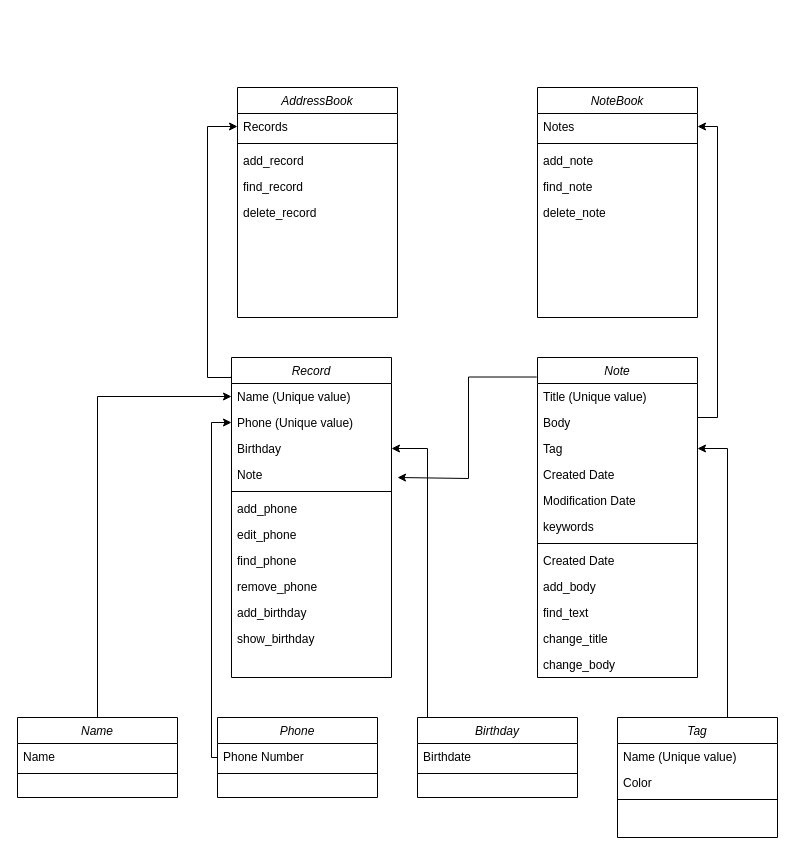
Earlier version of the draw.io diagram Untitled Diagram.drawio (any-nick/hw-08-public). Source tidied: cells renumbered, new cells numbered last; positions are measured from the earlier drawing's top-left corner, leaving out a move shared by most shapes. Both pictures are drawn from the tidied source at 100%, with x=0, y=0 at pixel (17, 87).
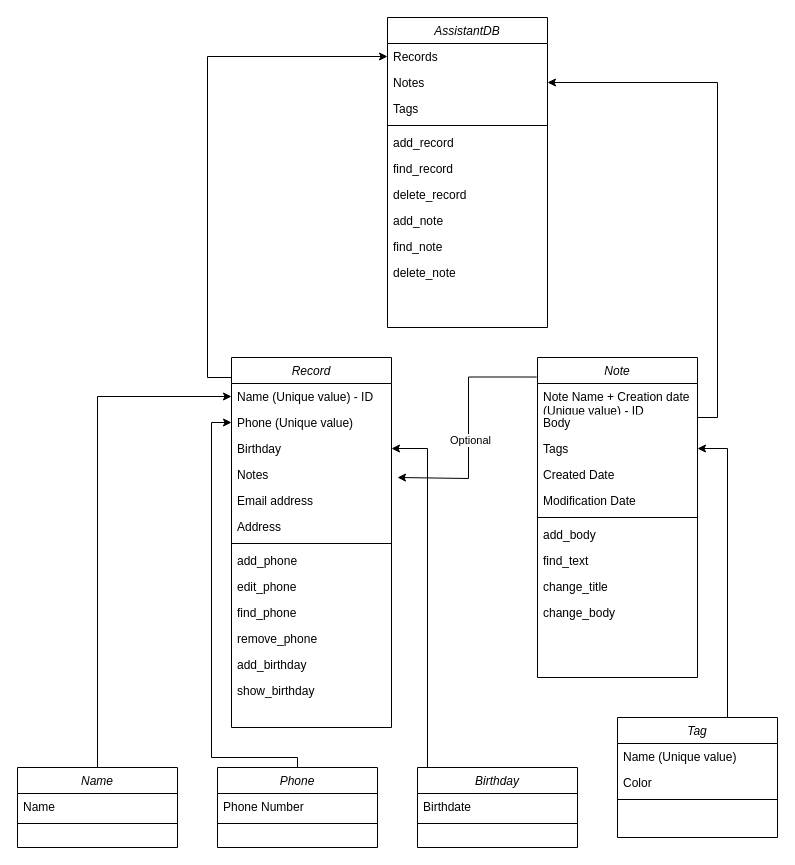
The same diagram, later.

Unchanged cells that the change refers to:
```xml
<mxCell id="28" value="Records" style="text;align=left;verticalAlign=top;spacingLeft=4;spacingRight=4;overflow=hidden;points=[[0,0.5],[1,0.5]];portConstraint=eastwest;" parent="27" vertex="1">
  <mxGeometry y="26" width="160" height="26" as="geometry" />
</mxCell>
<mxCell id="33" style="edgeStyle=orthogonalEdgeStyle;rounded=0;jettySize=auto;html=1;exitX=-0.005;exitY=0.061;exitDx=0;exitDy=0;exitPerimeter=0;" parent="1" edge="1" source="35">
  <mxGeometry relative="1" as="geometry">
    <mxPoint x="380" y="390" as="targetPoint" />
    <Array as="points">
      <mxPoint x="451" y="289" />
      <mxPoint x="451" y="391" />
      <mxPoint x="380" y="391" />
    </Array>
  </mxGeometry>
</mxCell>
<mxCell id="35" value="Note" style="swimlane;fontStyle=2;align=center;verticalAlign=top;horizontal=1;startSize=26;rounded=0;shadow=0;strokeWidth=1;" parent="1" vertex="1">
  <mxGeometry x="520" y="270" width="160" height="320" as="geometry" />
</mxCell>
```

Diff of the diagram source:
```diff
@@
     <mxCell id="3" value="Name" style="swimlane;fontStyle=2;align=center;verticalAlign=top;horizontal=1;startSize=26;rounded=0;shadow=0;strokeWidth=1;" parent="1" vertex="1">
-      <mxGeometry y="630" width="160" height="80" as="geometry" />
+      <mxGeometry y="680" width="160" height="80" as="geometry" />
     </mxCell>
@@
     <mxCell id="7" value="Phone" style="swimlane;fontStyle=2;align=center;verticalAlign=top;horizontal=1;startSize=26;rounded=0;shadow=0;strokeWidth=1;" parent="1" vertex="1">
-      <mxGeometry x="200" y="630" width="160" height="80" as="geometry" />
+      <mxGeometry x="200" y="680" width="160" height="80" as="geometry" />
     </mxCell>
@@
     <mxCell id="11" value="Birthday" style="swimlane;fontStyle=2;align=center;verticalAlign=top;horizontal=1;startSize=26;rounded=0;shadow=0;strokeWidth=1;" parent="1" vertex="1">
-      <mxGeometry x="400" y="630" width="160" height="80" as="geometry" />
+      <mxGeometry x="400" y="680" width="160" height="80" as="geometry" />
     </mxCell>
@@
     <mxCell id="14" style="edgeStyle=orthogonalEdgeStyle;rounded=0;jettySize=auto;html=1;entryX=0;entryY=0.5;entryDx=0;entryDy=0;exitX=-0.001;exitY=0.057;exitDx=0;exitDy=0;exitPerimeter=0;" parent="1" edge="1" source="15" target="28">
       <mxGeometry relative="1" as="geometry">
         <Array as="points">
           <mxPoint x="214" y="290" />
           <mxPoint x="190" y="290" />
-          <mxPoint x="190" y="39" />
+          <mxPoint x="190" y="-31" />
         </Array>
       </mxGeometry>
     </mxCell>
     <mxCell id="15" value="Record" style="swimlane;fontStyle=2;align=center;verticalAlign=top;horizontal=1;startSize=26;rounded=0;shadow=0;strokeWidth=1;" parent="1" vertex="1">
-      <mxGeometry x="214" y="270" width="160" height="320" as="geometry" />
+      <mxGeometry x="214" y="270" width="160" height="370" as="geometry" />
     </mxCell>
-    <mxCell id="16" value="Name (Unique value)" style="text;align=left;verticalAlign=top;spacingLeft=4;spacingRight=4;overflow=hidden;points=[[0,0.5],[1,0.5]];portConstraint=eastwest;" parent="15" vertex="1">
+    <mxCell id="16" value="Name (Unique value) - ID" style="text;align=left;verticalAlign=top;spacingLeft=4;spacingRight=4;overflow=hidden;points=[[0,0.5],[1,0.5]];portConstraint=eastwest;" parent="15" vertex="1">
       <mxGeometry y="26" width="160" height="26" as="geometry" />
     </mxCell>
@@
-    <mxCell id="19" value="Note" style="text;align=left;verticalAlign=top;spacingLeft=4;spacingRight=4;overflow=hidden;rounded=0;shadow=0;html=0;" parent="15" vertex="1">
+    <mxCell id="19" value="Notes" style="text;align=left;verticalAlign=top;spacingLeft=4;spacingRight=4;overflow=hidden;rounded=0;shadow=0;html=0;" parent="15" vertex="1">
       <mxGeometry y="104" width="160" height="26" as="geometry" />
     </mxCell>
+    <mxCell id="59" value="Email address" style="text;align=left;verticalAlign=top;spacingLeft=4;spacingRight=4;overflow=hidden;rounded=0;shadow=0;html=0;" parent="15" vertex="1">
+      <mxGeometry y="130" width="160" height="26" as="geometry" />
+    </mxCell>
+    <mxCell id="60" value="Address" style="text;align=left;verticalAlign=top;spacingLeft=4;spacingRight=4;overflow=hidden;rounded=0;shadow=0;html=0;" parent="15" vertex="1">
+      <mxGeometry y="156" width="160" height="26" as="geometry" />
+    </mxCell>
     <mxCell id="20" style="line;html=1;strokeWidth=1;align=left;verticalAlign=middle;spacingTop=-1;spacingLeft=3;spacingRight=3;labelPosition=right;" parent="15" vertex="1">
-      <mxGeometry y="130" width="160" height="8" as="geometry" />
+      <mxGeometry y="182" width="160" height="8" as="geometry" />
     </mxCell>
     <mxCell id="21" value="add_phone" style="text;align=left;verticalAlign=top;spacingLeft=4;spacingRight=4;overflow=hidden;" parent="15" vertex="1">
-      <mxGeometry y="138" width="160" height="26" as="geometry" />
+      <mxGeometry y="190" width="160" height="26" as="geometry" />
     </mxCell>
     <mxCell id="22" value="edit_phone" style="text;align=left;verticalAlign=top;spacingLeft=4;spacingRight=4;overflow=hidden;" parent="15" vertex="1">
-      <mxGeometry y="164" width="160" height="26" as="geometry" />
+      <mxGeometry y="216" width="160" height="26" as="geometry" />
     </mxCell>
     <mxCell id="23" value="find_phone" style="text;align=left;verticalAlign=top;spacingLeft=4;spacingRight=4;overflow=hidden;" parent="15" vertex="1">
-      <mxGeometry y="190" width="160" height="26" as="geometry" />
+      <mxGeometry y="242" width="160" height="26" as="geometry" />
     </mxCell>
     <mxCell id="24" value="remove_phone" style="text;align=left;verticalAlign=top;spacingLeft=4;spacingRight=4;overflow=hidden;" parent="15" vertex="1">
-      <mxGeometry y="216" width="160" height="26" as="geometry" />
+      <mxGeometry y="268" width="160" height="26" as="geometry" />
     </mxCell>
     <mxCell id="25" value="add_birthday" style="text;align=left;verticalAlign=top;spacingLeft=4;spacingRight=4;overflow=hidden;" parent="15" vertex="1">
-      <mxGeometry y="242" width="160" height="26" as="geometry" />
+      <mxGeometry y="294" width="160" height="26" as="geometry" />
     </mxCell>
     <mxCell id="26" value="show_birthday" style="text;align=left;verticalAlign=top;spacingLeft=4;spacingRight=4;overflow=hidden;" parent="15" vertex="1">
-      <mxGeometry y="268" width="160" height="26" as="geometry" />
+      <mxGeometry y="320" width="160" height="26" as="geometry" />
     </mxCell>
-    <mxCell id="27" value="AddressBook&#10;" style="swimlane;fontStyle=2;align=center;verticalAlign=top;horizontal=1;startSize=26;rounded=0;shadow=0;strokeWidth=1;" parent="1" vertex="1">
-      <mxGeometry x="220" width="160" height="230" as="geometry" />
+    <mxCell id="27" value="AssistantDB" style="swimlane;fontStyle=2;align=center;verticalAlign=top;horizontal=1;startSize=26;rounded=0;shadow=0;strokeWidth=1;" parent="1" vertex="1">
+      <mxGeometry x="370" y="-70" width="160" height="310" as="geometry" />
     </mxCell>
@@
+    <mxCell id="54" value="Notes" style="text;align=left;verticalAlign=top;spacingLeft=4;spacingRight=4;overflow=hidden;points=[[0,0.5],[1,0.5]];portConstraint=eastwest;" parent="27" vertex="1">
+      <mxGeometry y="52" width="160" height="26" as="geometry" />
+    </mxCell>
+    <mxCell id="61" value="Tags" style="text;align=left;verticalAlign=top;spacingLeft=4;spacingRight=4;overflow=hidden;" parent="27" vertex="1">
+      <mxGeometry y="78" width="160" height="26" as="geometry" />
+    </mxCell>
     <mxCell id="29" style="line;html=1;strokeWidth=1;align=left;verticalAlign=middle;spacingTop=-1;spacingLeft=3;spacingRight=3;labelPosition=right;" parent="27" vertex="1">
-      <mxGeometry y="52" width="160" height="8" as="geometry" />
+      <mxGeometry y="104" width="160" height="8" as="geometry" />
     </mxCell>
     <mxCell id="30" value="add_record" style="text;align=left;verticalAlign=top;spacingLeft=4;spacingRight=4;overflow=hidden;" parent="27" vertex="1">
-      <mxGeometry y="60" width="160" height="26" as="geometry" />
+      <mxGeometry y="112" width="160" height="26" as="geometry" />
     </mxCell>
     <mxCell id="31" value="find_record" style="text;align=left;verticalAlign=top;spacingLeft=4;spacingRight=4;overflow=hidden;" parent="27" vertex="1">
-      <mxGeometry y="86" width="160" height="26" as="geometry" />
+      <mxGeometry y="138" width="160" height="26" as="geometry" />
     </mxCell>
     <mxCell id="32" value="delete_record" style="text;align=left;verticalAlign=top;spacingLeft=4;spacingRight=4;overflow=hidden;" parent="27" vertex="1">
-      <mxGeometry y="112" width="160" height="26" as="geometry" />
+      <mxGeometry y="164" width="160" height="26" as="geometry" />
     </mxCell>
+    <mxCell id="56" value="add_note" style="text;align=left;verticalAlign=top;spacingLeft=4;spacingRight=4;overflow=hidden;" parent="27" vertex="1">
+      <mxGeometry y="190" width="160" height="26" as="geometry" />
+    </mxCell>
+    <mxCell id="57" value="find_note&#10;" style="text;align=left;verticalAlign=top;spacingLeft=4;spacingRight=4;overflow=hidden;" parent="27" vertex="1">
+      <mxGeometry y="216" width="160" height="26" as="geometry" />
+    </mxCell>
+    <mxCell id="58" value="delete_note" style="text;align=left;verticalAlign=top;spacingLeft=4;spacingRight=4;overflow=hidden;" parent="27" vertex="1">
+      <mxGeometry y="242" width="160" height="26" as="geometry" />
+    </mxCell>
@@
+    <mxCell id="62" value="Optional" style="edgeLabel;html=1;align=center;verticalAlign=middle;" parent="33" vertex="1">
+      <mxGeometry x="0.09" y="1" relative="1" as="geometry" />
+    </mxCell>
     <mxCell id="34" style="edgeStyle=orthogonalEdgeStyle;rounded=0;jettySize=auto;html=1;entryX=1;entryY=0.5;entryDx=0;entryDy=0;" parent="1" edge="1" source="35" target="54">
       <mxGeometry relative="1" as="geometry">
         <Array as="points">
           <mxPoint x="700" y="330" />
-          <mxPoint x="700" y="39" />
+          <mxPoint x="700" y="-5" />
         </Array>
       </mxGeometry>
     </mxCell>
@@
-    <mxCell id="36" value="Title (Unique value)" style="text;align=left;verticalAlign=top;spacingLeft=4;spacingRight=4;overflow=hidden;" parent="35" vertex="1">
+    <mxCell id="36" value="Note Name + Creation date &#10;(Unique value) - ID" style="text;align=left;verticalAlign=top;spacingLeft=4;spacingRight=4;overflow=hidden;" parent="35" vertex="1">
       <mxGeometry y="26" width="160" height="26" as="geometry" />
     </mxCell>
@@
-    <mxCell id="38" value="Tag" style="text;align=left;verticalAlign=top;spacingLeft=4;spacingRight=4;overflow=hidden;points=[[0,0.5],[1,0.5]];portConstraint=eastwest;" parent="35" vertex="1">
+    <mxCell id="38" value="Tags" style="text;align=left;verticalAlign=top;spacingLeft=4;spacingRight=4;overflow=hidden;points=[[0,0.5],[1,0.5]];portConstraint=eastwest;" parent="35" vertex="1">
       <mxGeometry y="78" width="160" height="26" as="geometry" />
     </mxCell>
@@
-    <mxCell id="41" value="keywords" style="text;align=left;verticalAlign=top;spacingLeft=4;spacingRight=4;overflow=hidden;" parent="35" vertex="1">
-      <mxGeometry y="156" width="160" height="26" as="geometry" />
-    </mxCell>
     <mxCell id="42" style="line;html=1;strokeWidth=1;align=left;verticalAlign=middle;spacingTop=-1;spacingLeft=3;spacingRight=3;labelPosition=right;" parent="35" vertex="1">
-      <mxGeometry y="182" width="160" height="8" as="geometry" />
+      <mxGeometry y="156" width="160" height="8" as="geometry" />
     </mxCell>
-    <mxCell id="43" value="Created Date" style="text;align=left;verticalAlign=top;spacingLeft=4;spacingRight=4;overflow=hidden;" parent="35" vertex="1">
-      <mxGeometry y="190" width="160" height="26" as="geometry" />
-    </mxCell>
     <mxCell id="44" value="add_body" style="text;align=left;verticalAlign=top;spacingLeft=4;spacingRight=4;overflow=hidden;" parent="35" vertex="1">
-      <mxGeometry y="216" width="160" height="26" as="geometry" />
+      <mxGeometry y="164" width="160" height="26" as="geometry" />
     </mxCell>
     <mxCell id="45" value="find_text" style="text;align=left;verticalAlign=top;spacingLeft=4;spacingRight=4;overflow=hidden;" parent="35" vertex="1">
-      <mxGeometry y="242" width="160" height="26" as="geometry" />
+      <mxGeometry y="190" width="160" height="26" as="geometry" />
     </mxCell>
     <mxCell id="46" value="change_title" style="text;align=left;verticalAlign=top;spacingLeft=4;spacingRight=4;overflow=hidden;" parent="35" vertex="1">
-      <mxGeometry y="268" width="160" height="26" as="geometry" />
+      <mxGeometry y="216" width="160" height="26" as="geometry" />
     </mxCell>
     <mxCell id="47" value="change_body" style="text;align=left;verticalAlign=top;spacingLeft=4;spacingRight=4;overflow=hidden;" parent="35" vertex="1">
-      <mxGeometry y="294" width="160" height="26" as="geometry" />
+      <mxGeometry y="242" width="160" height="26" as="geometry" />
     </mxCell>
@@
-    <mxCell id="53" value="NoteBook" style="swimlane;fontStyle=2;align=center;verticalAlign=top;horizontal=1;startSize=26;rounded=0;shadow=0;strokeWidth=1;" parent="1" vertex="1">
-      <mxGeometry x="520" width="160" height="230" as="geometry" />
-    </mxCell>
-    <mxCell id="54" value="Notes" style="text;align=left;verticalAlign=top;spacingLeft=4;spacingRight=4;overflow=hidden;points=[[0,0.5],[1,0.5]];portConstraint=eastwest;" parent="53" vertex="1">
-      <mxGeometry y="26" width="160" height="26" as="geometry" />
-    </mxCell>
-    <mxCell id="55" style="line;html=1;strokeWidth=1;align=left;verticalAlign=middle;spacingTop=-1;spacingLeft=3;spacingRight=3;labelPosition=right;" parent="53" vertex="1">
-      <mxGeometry y="52" width="160" height="8" as="geometry" />
-    </mxCell>
-    <mxCell id="56" value="add_note" style="text;align=left;verticalAlign=top;spacingLeft=4;spacingRight=4;overflow=hidden;" parent="53" vertex="1">
-      <mxGeometry y="60" width="160" height="26" as="geometry" />
-    </mxCell>
-    <mxCell id="57" value="find_note&#10;" style="text;align=left;verticalAlign=top;spacingLeft=4;spacingRight=4;overflow=hidden;" parent="53" vertex="1">
-      <mxGeometry y="86" width="160" height="26" as="geometry" />
-    </mxCell>
-    <mxCell id="58" value="delete_note" style="text;align=left;verticalAlign=top;spacingLeft=4;spacingRight=4;overflow=hidden;" parent="53" vertex="1">
-      <mxGeometry y="112" width="160" height="26" as="geometry" />
-    </mxCell>
```
